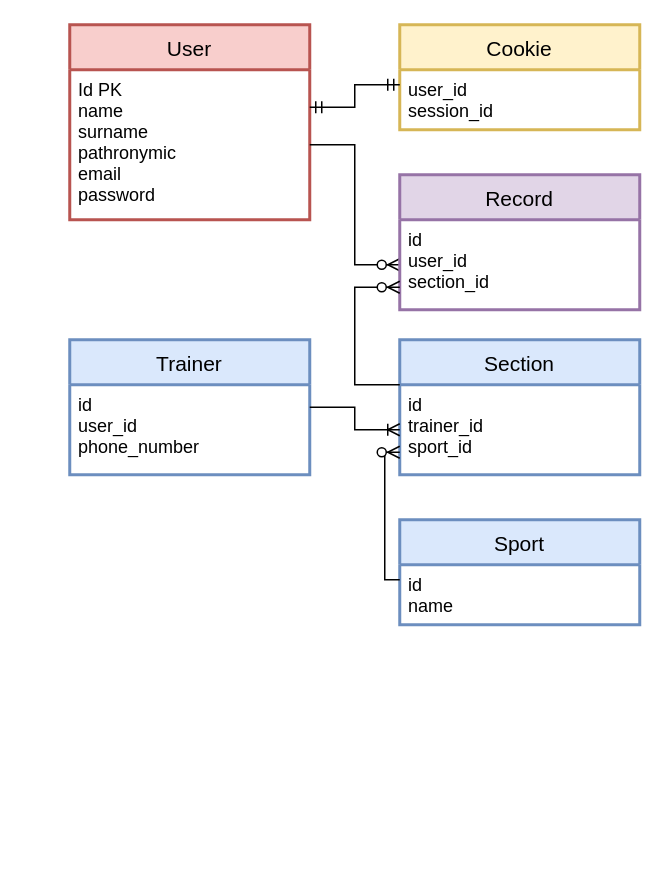
The draw.io diagram Untitled Diagram.drawio in Sheventon/SemesterWorkSport, before the edit. Source tidied: cells renumbered, new cells numbered last; positions are measured from the earlier drawing's top-left corner, leaving out a move shared by most shapes. Both pictures are drawn from the tidied source at 150%, with x=0, y=0 at pixel (69, 24).
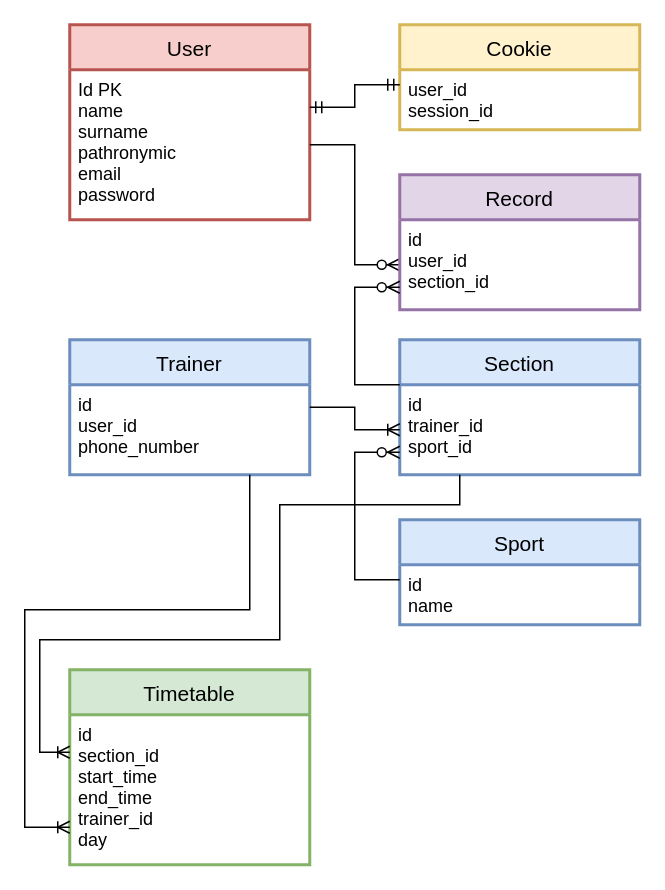
The same page after the edit.

The change refers to these unchanged cells:
```xml
<mxCell id="8" value="id&#10;name" style="align=left;strokeColor=none;fillColor=none;spacingLeft=4;fontSize=12;verticalAlign=top;" parent="7" vertex="1">
  <mxGeometry y="30" width="160" height="40" as="geometry" />
</mxCell>
<mxCell id="10" value="id&#10;user_id&#10;phone_number" style="align=left;strokeColor=none;fillColor=none;spacingLeft=4;fontSize=12;verticalAlign=top;" parent="9" vertex="1">
  <mxGeometry y="30" width="160" height="60" as="geometry" />
</mxCell>
<mxCell id="12" value="id&#10;trainer_id&#10;sport_id" style="align=left;strokeColor=none;fillColor=none;spacingLeft=4;fontSize=12;verticalAlign=top;" parent="11" vertex="1">
  <mxGeometry y="30" width="160" height="60" as="geometry" />
</mxCell>
```

The edit, as a diff of the source:
```diff
@@
     <mxCell id="14" style="edgeStyle=orthogonalEdgeStyle;fontSize=12;html=1;endArrow=ERzeroToMany;endFill=1;entryX=0;entryY=0.75;entryDx=0;entryDy=0;exitX=0;exitY=0.25;exitDx=0;exitDy=0;rounded=0;" parent="1" edge="1" source="8" target="12">
-      <mxGeometry relative="1" as="geometry" />
+      <mxGeometry relative="1" as="geometry">
+        <Array as="points">
+          <mxPoint x="190" y="370" />
+          <mxPoint x="190" y="285" />
+        </Array>
+      </mxGeometry>
     </mxCell>
@@
+    <mxCell id="19" value="Timetable" style="swimlane;horizontal=1;startSize=30;rounded=0;fontSize=14;fontStyle=0;strokeWidth=2;shadow=0;dashed=0;align=center;swimlaneLine=1;fillColor=#d5e8d4;strokeColor=#82b366;" parent="1" vertex="1">
+      <mxGeometry y="430" width="160" height="130" as="geometry" />
+    </mxCell>
+    <mxCell id="20" value="id&#10;section_id&#10;start_time&#10;end_time&#10;trainer_id&#10;day" style="align=left;strokeColor=none;fillColor=none;spacingLeft=4;fontSize=12;verticalAlign=top;" parent="19" vertex="1">
+      <mxGeometry y="30" width="160" height="100" as="geometry" />
+    </mxCell>
+    <mxCell id="21" style="edgeStyle=orthogonalEdgeStyle;fontSize=12;html=1;endArrow=ERoneToMany;rounded=0;exitX=0.75;exitY=1;exitDx=0;exitDy=0;entryX=0;entryY=0.75;entryDx=0;entryDy=0;" parent="1" edge="1" source="10" target="20">
+      <mxGeometry relative="1" as="geometry">
+        <Array as="points">
+          <mxPoint x="120" y="390" />
+          <mxPoint x="-30" y="390" />
+          <mxPoint x="-30" y="535" />
+        </Array>
+      </mxGeometry>
+    </mxCell>
+    <mxCell id="22" style="edgeStyle=orthogonalEdgeStyle;fontSize=12;html=1;endArrow=ERoneToMany;strokeColor=#000000;exitX=0.25;exitY=1;exitDx=0;exitDy=0;rounded=0;entryX=0;entryY=0.25;entryDx=0;entryDy=0;" parent="1" edge="1" source="12" target="20">
+      <mxGeometry relative="1" as="geometry">
+        <Array as="points">
+          <mxPoint x="260" y="320" />
+          <mxPoint x="140" y="320" />
+          <mxPoint x="140" y="410" />
+          <mxPoint x="-20" y="410" />
+          <mxPoint x="-20" y="485" />
+        </Array>
+      </mxGeometry>
+    </mxCell>
```
